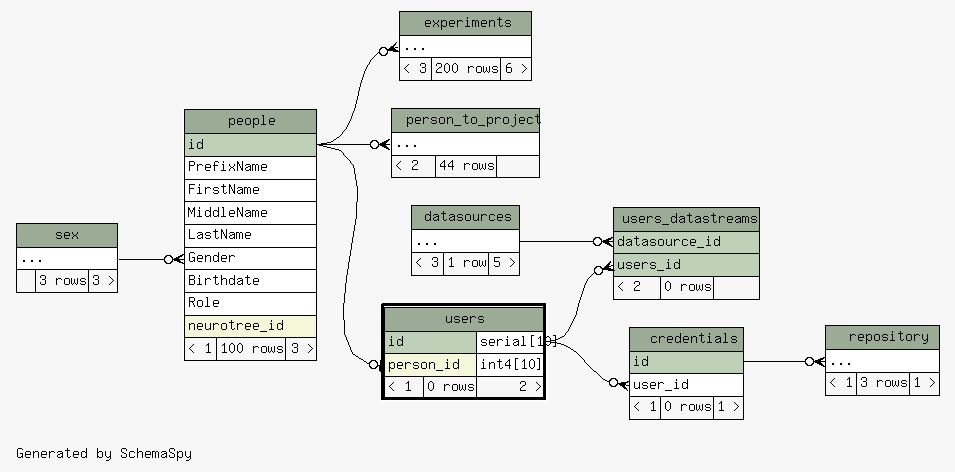
tgbugs/mlab keeps this Graphviz diagram as database/ss/diagrams/users.2degrees.png. Above is the earlier version. Its source is kept beside it as database/ss/diagrams/users.2degrees.dot.
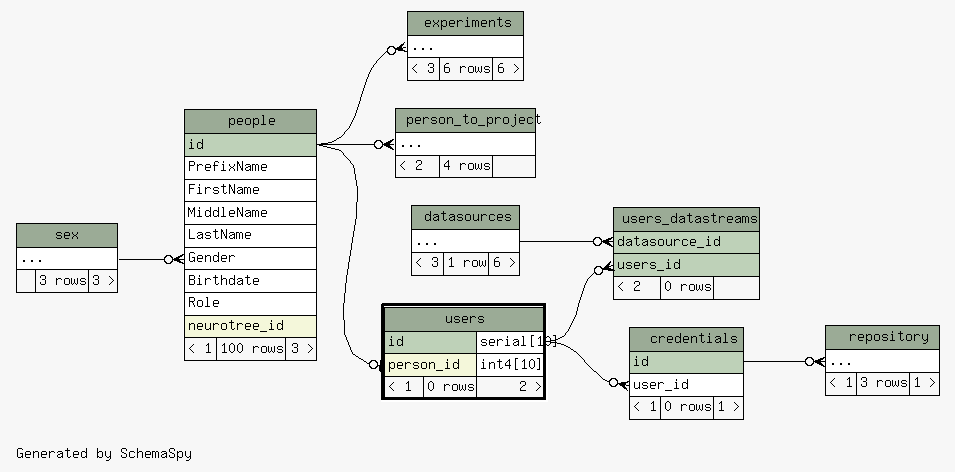
The same diagram one commit later.

What changed in the source:
```diff
@@ -41,7 +41,7 @@
     <TABLE BORDER="0" CELLBORDER="1" CELLSPACING="0" BGCOLOR="#ffffff">
       <TR><TD COLSPAN="3" BGCOLOR="#9bab96" ALIGN="CENTER">datasources</TD></TR>
       <TR><TD PORT="elipses" COLSPAN="3" ALIGN="LEFT">...</TD></TR>
-      <TR><TD ALIGN="LEFT" BGCOLOR="#f7f7f7">&lt; 3</TD><TD ALIGN="RIGHT" BGCOLOR="#f7f7f7">1 row</TD><TD ALIGN="RIGHT" BGCOLOR="#f7f7f7">5 &gt;</TD></TR>
+      <TR><TD ALIGN="LEFT" BGCOLOR="#f7f7f7">&lt; 3</TD><TD ALIGN="RIGHT" BGCOLOR="#f7f7f7">1 row</TD><TD ALIGN="RIGHT" BGCOLOR="#f7f7f7">6 &gt;</TD></TR>
     </TABLE>>
     URL="datasources.html"
     tooltip="datasources"
@@ -51,7 +51,7 @@
     <TABLE BORDER="0" CELLBORDER="1" CELLSPACING="0" BGCOLOR="#ffffff">
       <TR><TD COLSPAN="3" BGCOLOR="#9bab96" ALIGN="CENTER">experiments</TD></TR>
       <TR><TD PORT="elipses" COLSPAN="3" ALIGN="LEFT">...</TD></TR>
-      <TR><TD ALIGN="LEFT" BGCOLOR="#f7f7f7">&lt; 3</TD><TD ALIGN="RIGHT" BGCOLOR="#f7f7f7">200 rows</TD><TD ALIGN="RIGHT" BGCOLOR="#f7f7f7">6 &gt;</TD></TR>
+      <TR><TD ALIGN="LEFT" BGCOLOR="#f7f7f7">&lt; 3</TD><TD ALIGN="RIGHT" BGCOLOR="#f7f7f7">6 rows</TD><TD ALIGN="RIGHT" BGCOLOR="#f7f7f7">6 &gt;</TD></TR>
     </TABLE>>
     URL="experiments.html"
     tooltip="experiments"
@@ -79,7 +79,7 @@
     <TABLE BORDER="0" CELLBORDER="1" CELLSPACING="0" BGCOLOR="#ffffff">
       <TR><TD COLSPAN="3" BGCOLOR="#9bab96" ALIGN="CENTER">person_to_project</TD></TR>
       <TR><TD PORT="elipses" COLSPAN="3" ALIGN="LEFT">...</TD></TR>
-      <TR><TD ALIGN="LEFT" BGCOLOR="#f7f7f7">&lt; 2</TD><TD ALIGN="RIGHT" BGCOLOR="#f7f7f7">44 rows</TD><TD ALIGN="RIGHT" BGCOLOR="#f7f7f7">  </TD></TR>
+      <TR><TD ALIGN="LEFT" BGCOLOR="#f7f7f7">&lt; 2</TD><TD ALIGN="RIGHT" BGCOLOR="#f7f7f7">4 rows</TD><TD ALIGN="RIGHT" BGCOLOR="#f7f7f7">  </TD></TR>
     </TABLE>>
     URL="person_to_project.html"
     tooltip="person_to_project"
```
